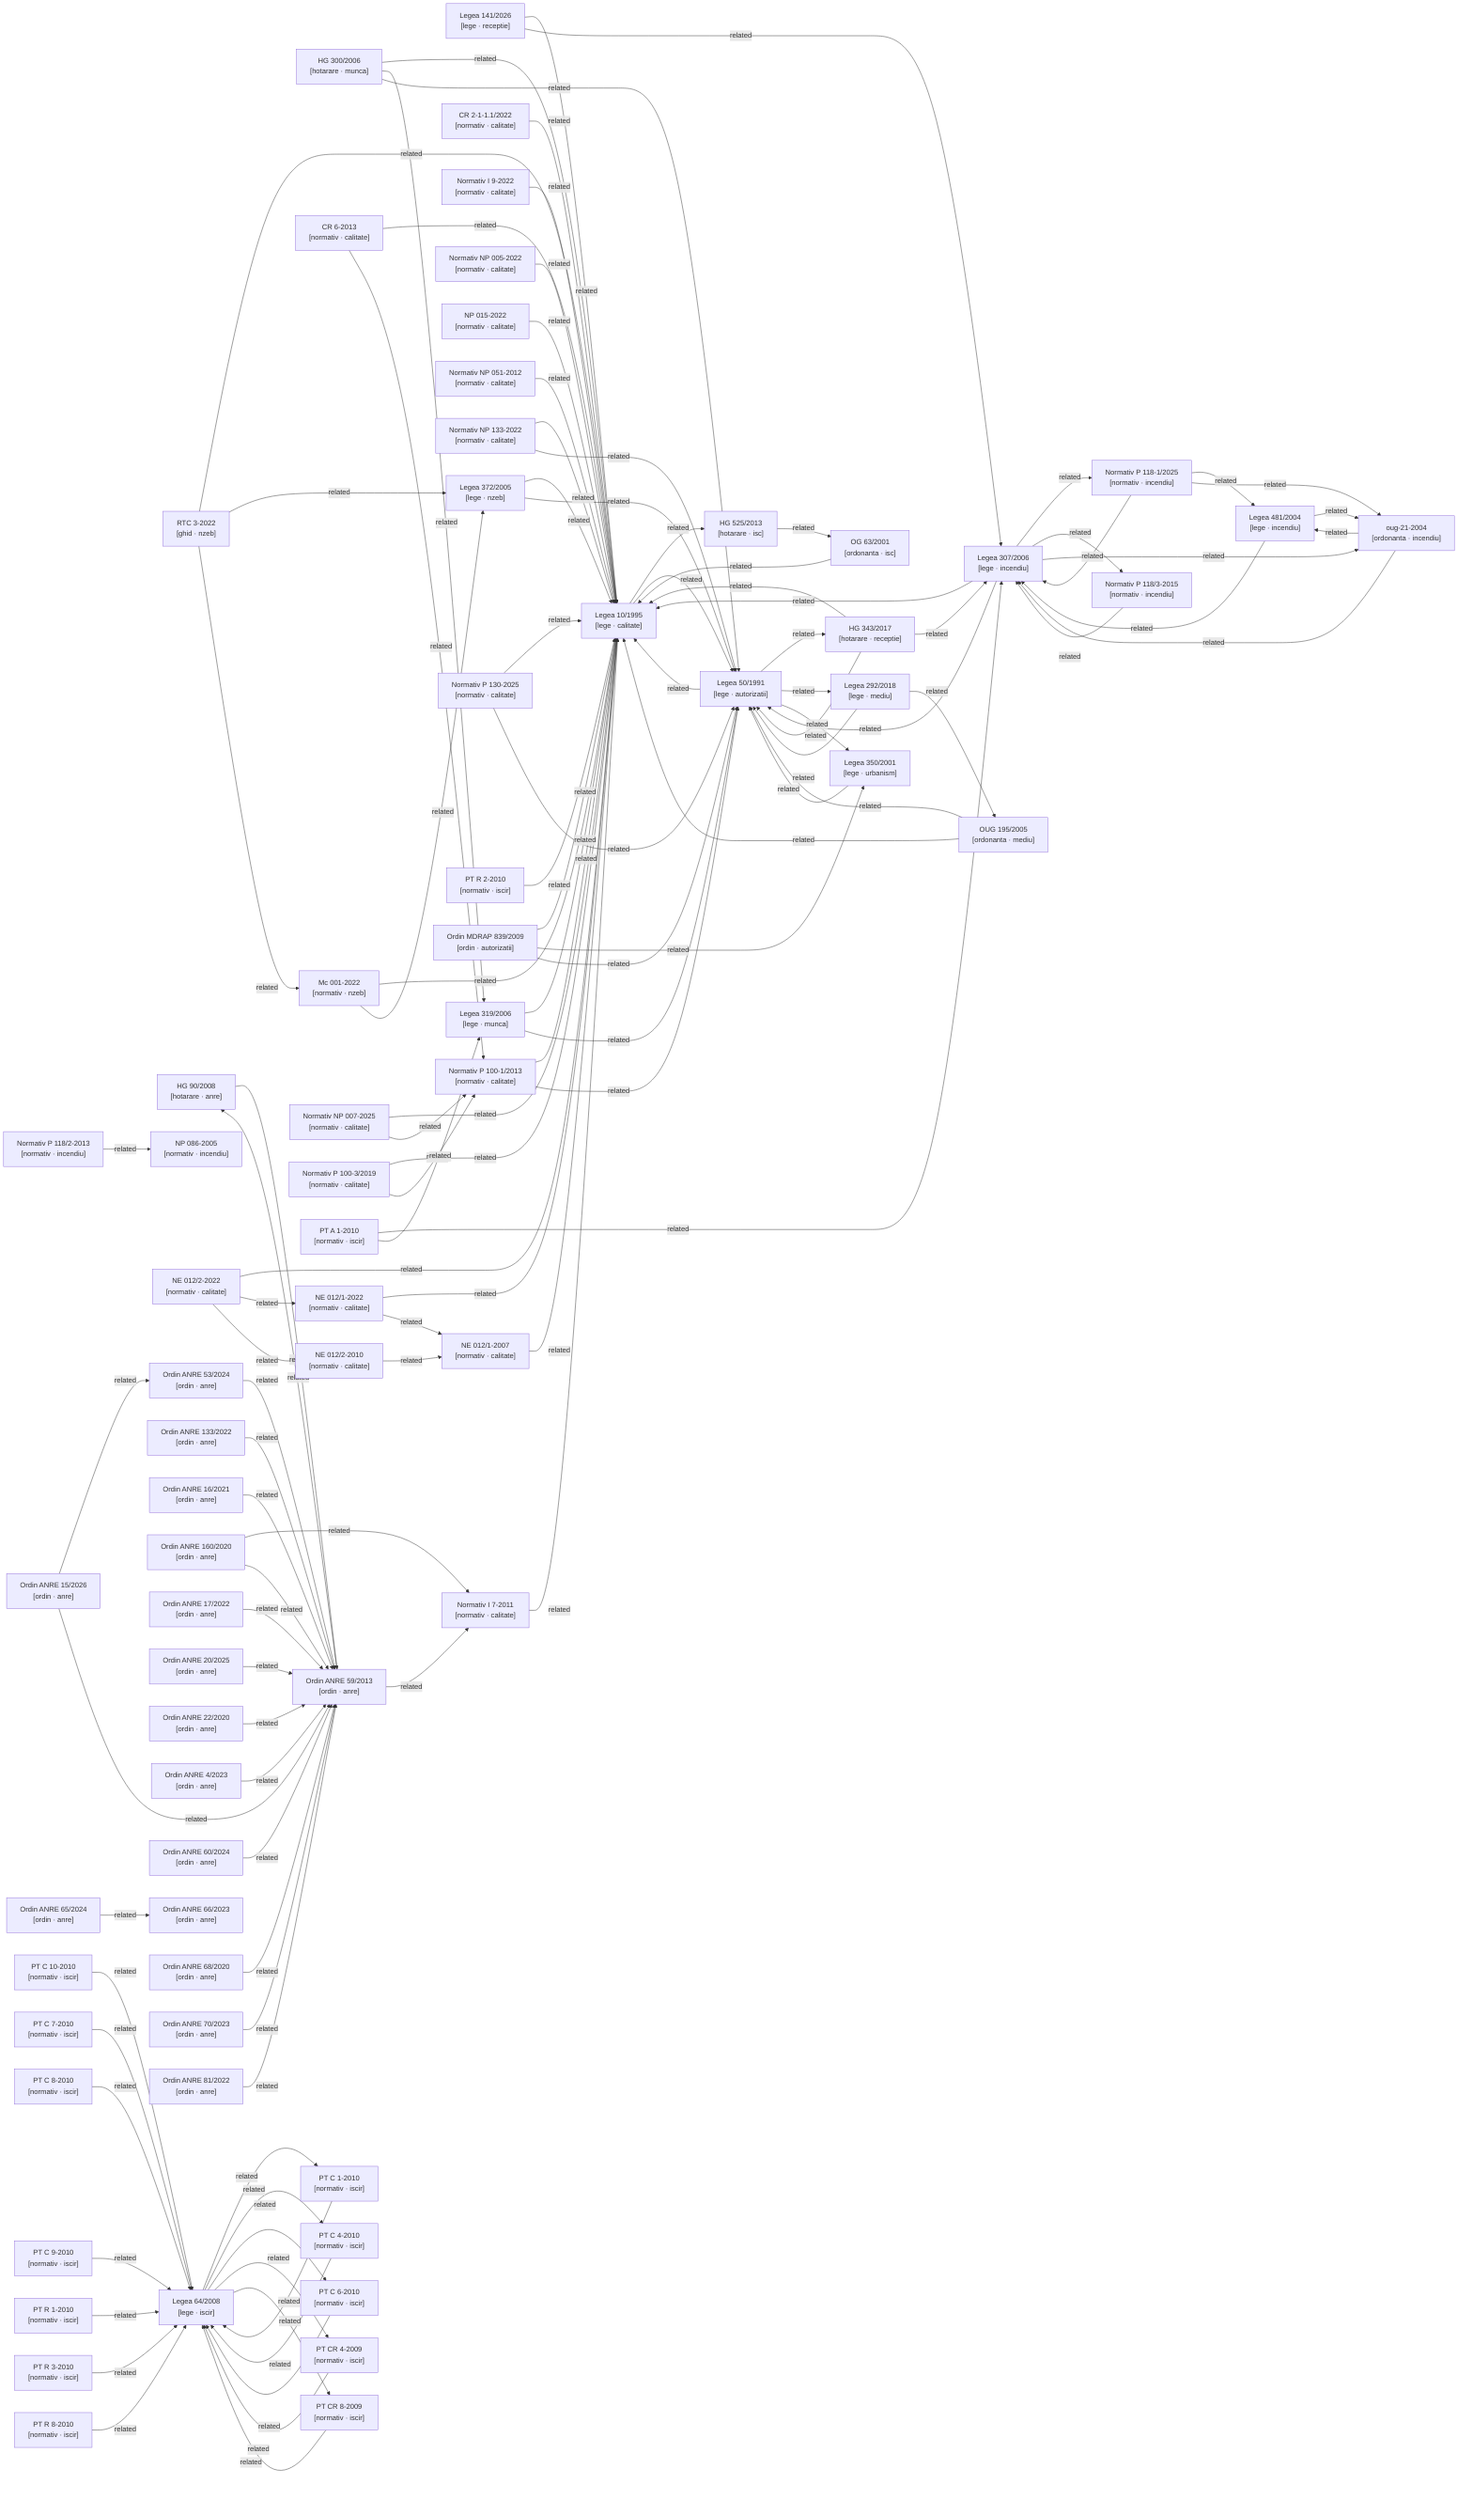
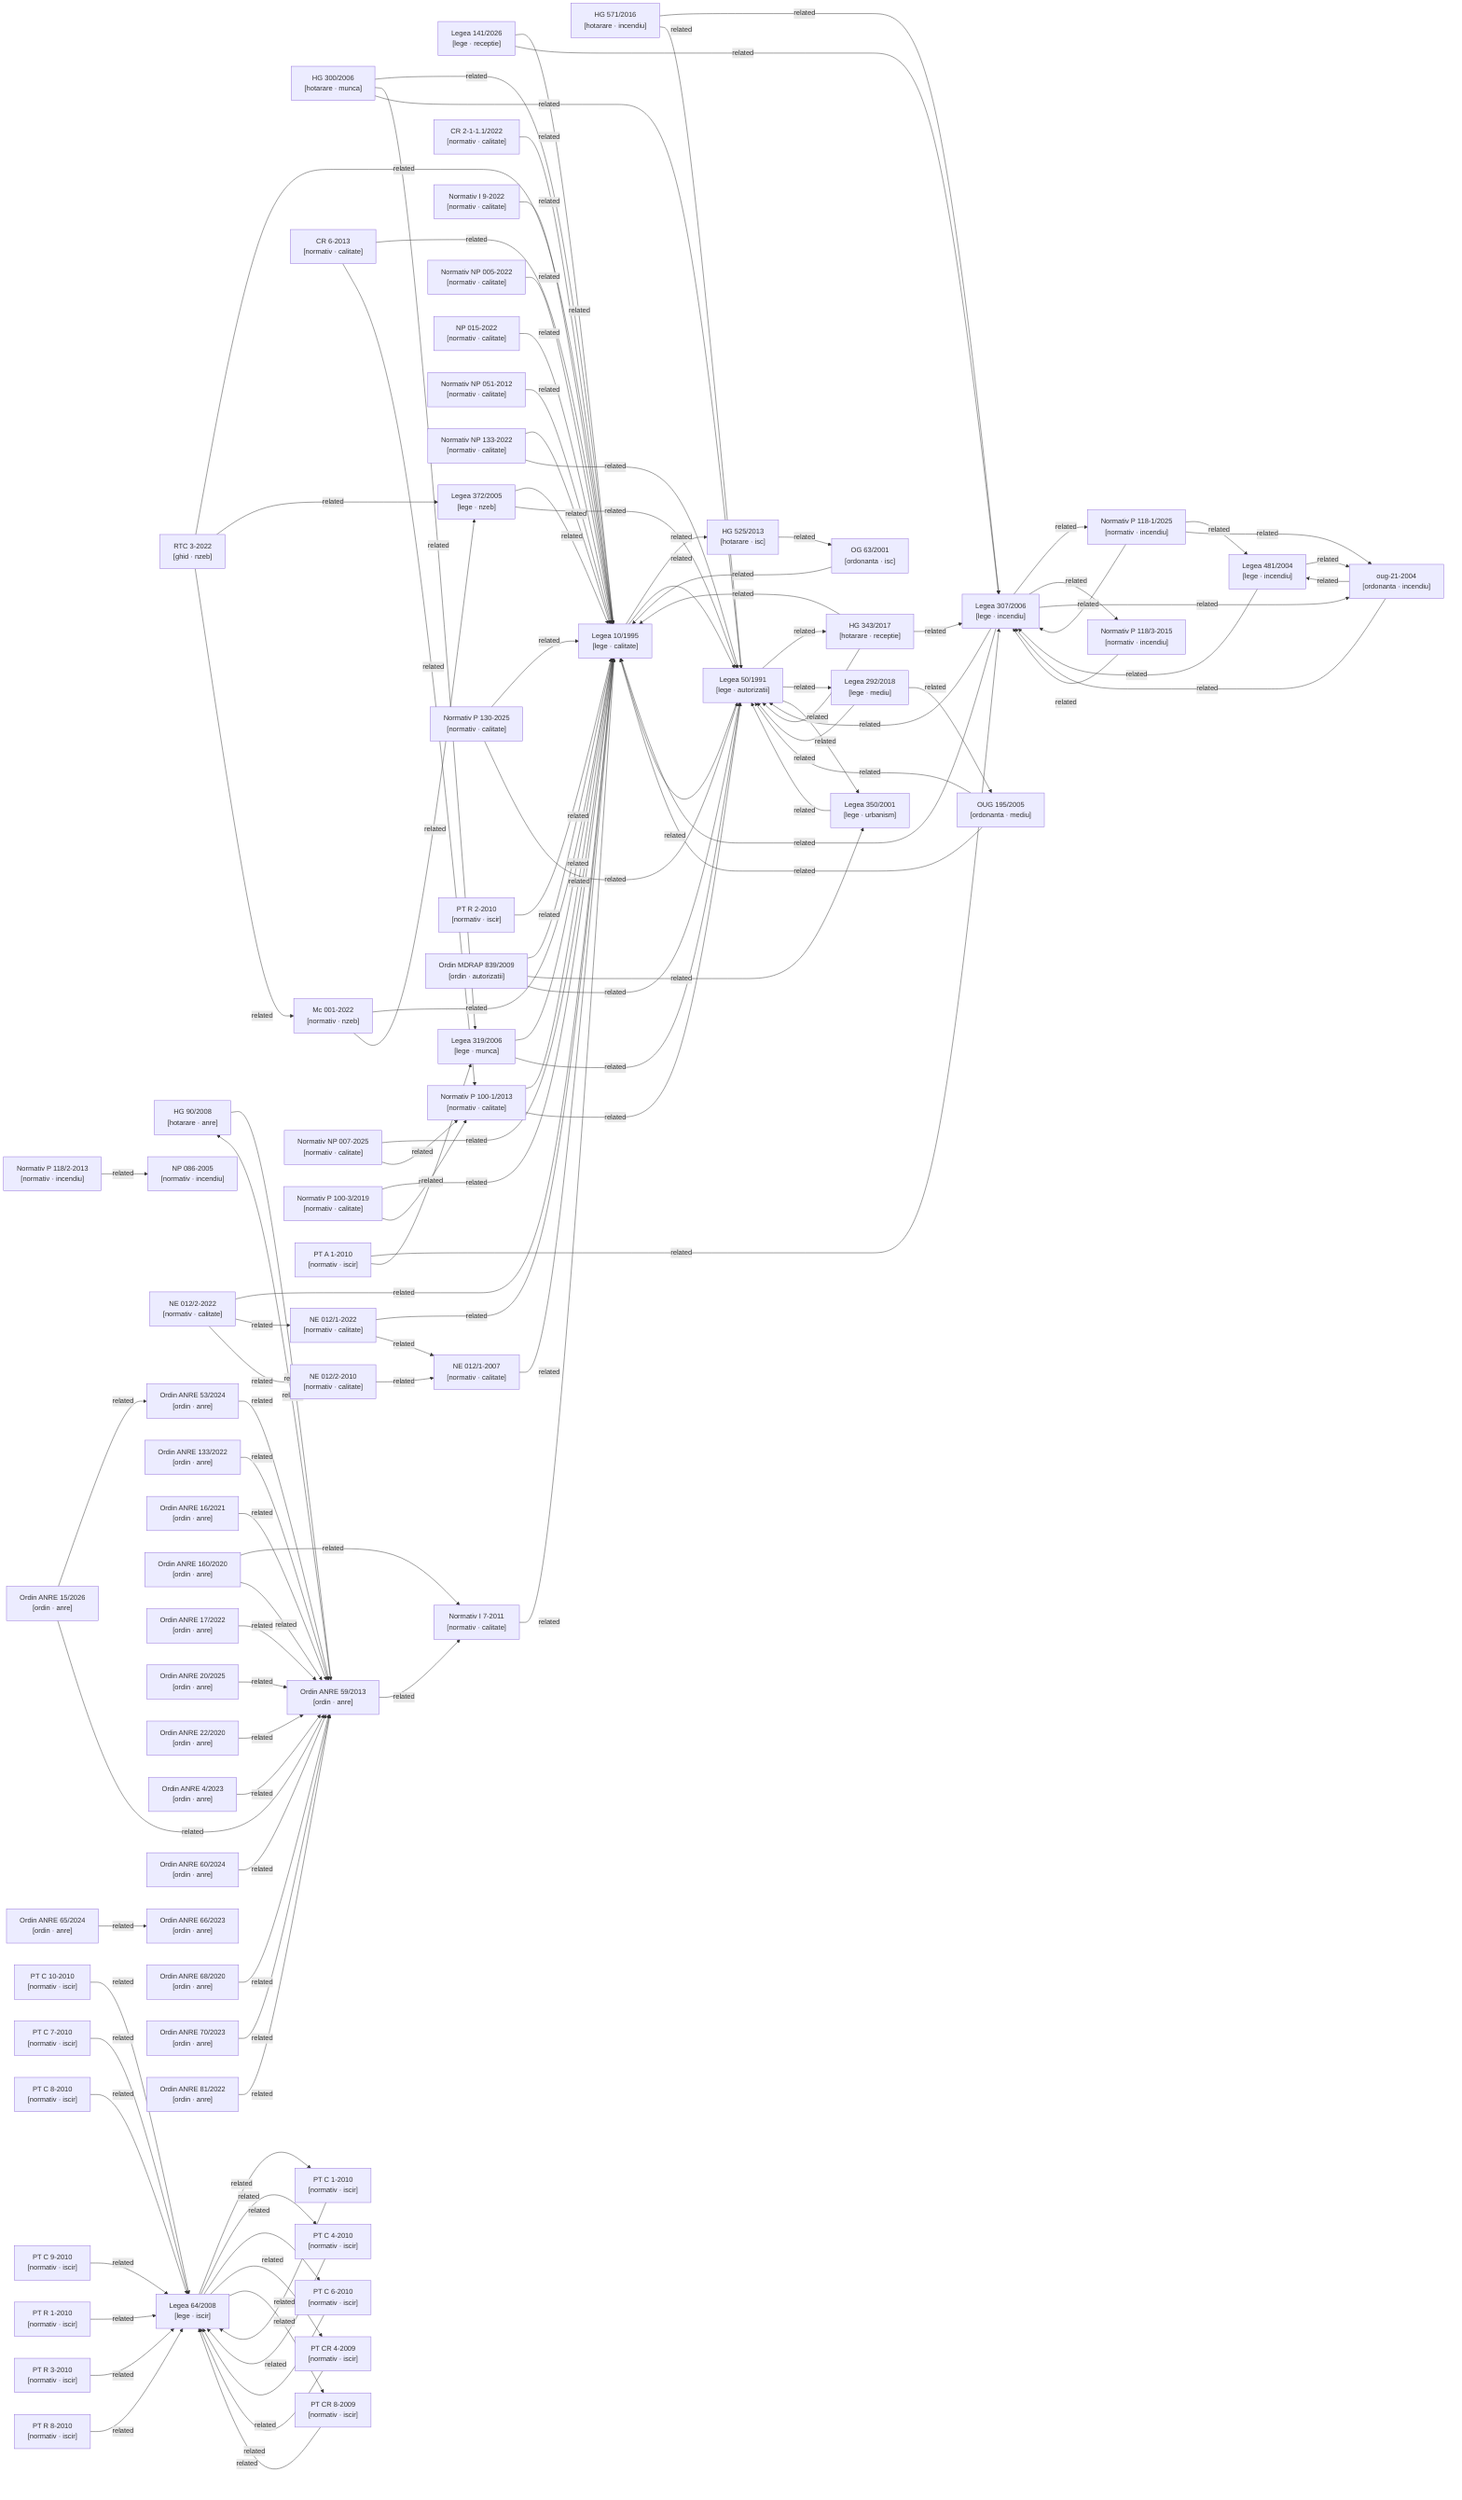
graph LR

  %% Nodes
  ghid-rtc3-2022["RTC 3-2022\n[ghid · nzeb]"]
  hg-300-2006["HG 300/2006\n[hotarare · munca]"]
  hg-343-2017["HG 343/2017\n[hotarare · receptie]"]
  hg-525-2013["HG 525/2013\n[hotarare · isc]"]
+   hg-571-2016["HG 571/2016\n[hotarare · incendiu]"]
  hg-90-2008["HG 90/2008\n[hotarare · anre]"]
  lege-10-1995["Legea 10/1995\n[lege · calitate]"]
  lege-141-2026["Legea 141/2026\n[lege · receptie]"]
  lege-292-2018["Legea 292/2018\n[lege · mediu]"]
  lege-307-2006["Legea 307/2006\n[lege · incendiu]"]
  lege-319-2006["Legea 319/2006\n[lege · munca]"]
  lege-350-2001["Legea 350/2001\n[lege · urbanism]"]
  lege-372-2005["Legea 372/2005\n[lege · nzeb]"]
  lege-481-2004["Legea 481/2004\n[lege · incendiu]"]
  lege-50-1991["Legea 50/1991\n[lege · autorizatii]"]
  lege-64-2008["Legea 64/2008\n[lege · iscir]"]
  metodologie-mc001-2022["Mc 001-2022\n[normativ · nzeb]"]
  normativ-cr2-1-1-1-2022["CR 2-1-1.1/2022\n[normativ · calitate]"]
  normativ-cr6-2013["CR 6-2013\n[normativ · calitate]"]
  normativ-i7-2011["Normativ I 7-2011\n[normativ · calitate]"]
  normativ-i9-2022["Normativ I 9-2022\n[normativ · calitate]"]
  normativ-ne012-1-2007["NE 012/1-2007\n[normativ · calitate]"]
  normativ-ne012-1-2022["NE 012/1-2022\n[normativ · calitate]"]
  normativ-ne012-2-2010["NE 012/2-2010\n[normativ · calitate]"]
  normativ-ne012-2-2022["NE 012/2-2022\n[normativ · calitate]"]
  normativ-np005-2022["Normativ NP 005-2022\n[normativ · calitate]"]
  normativ-np007-2025["Normativ NP 007-2025\n[normativ · calitate]"]
  normativ-np015-2022["NP 015-2022\n[normativ · calitate]"]
  normativ-np051-2012["Normativ NP 051-2012\n[normativ · calitate]"]
  normativ-np086-2005["NP 086-2005\n[normativ · incendiu]"]
  normativ-np133-2022["Normativ NP 133-2022\n[normativ · calitate]"]
  normativ-p100-1-2013["Normativ P 100-1/2013\n[normativ · calitate]"]
  normativ-p100-3-2019["Normativ P 100-3/2019\n[normativ · calitate]"]
  normativ-p118-1-2025["Normativ P 118-1/2025\n[normativ · incendiu]"]
  normativ-p118-2-2013["Normativ P 118/2-2013\n[normativ · incendiu]"]
  normativ-p118-3-2015["Normativ P 118/3-2015\n[normativ · incendiu]"]
  normativ-p130-2025["Normativ P 130-2025\n[normativ · calitate]"]
  normativ-pt-a1-2010["PT A 1-2010\n[normativ · iscir]"]
  normativ-pt-c1-2010["PT C 1-2010\n[normativ · iscir]"]
  normativ-pt-c10-2010["PT C 10-2010\n[normativ · iscir]"]
  normativ-pt-c4-2010["PT C 4-2010\n[normativ · iscir]"]
  normativ-pt-c6-2010["PT C 6-2010\n[normativ · iscir]"]
  normativ-pt-c7-2010["PT C 7-2010\n[normativ · iscir]"]
  normativ-pt-c8-2010["PT C 8-2010\n[normativ · iscir]"]
  normativ-pt-c9-2010["PT C 9-2010\n[normativ · iscir]"]
  normativ-pt-cr4-2009["PT CR 4-2009\n[normativ · iscir]"]
  normativ-pt-cr8-2009["PT CR 8-2009\n[normativ · iscir]"]
  normativ-pt-r1-2010["PT R 1-2010\n[normativ · iscir]"]
  normativ-pt-r2-2010["PT R 2-2010\n[normativ · iscir]"]
  normativ-pt-r3-2010["PT R 3-2010\n[normativ · iscir]"]
  normativ-pt-r8-2010["PT R 8-2010\n[normativ · iscir]"]
  og-63-2001["OG 63/2001\n[ordonanta · isc]"]
  ordin-839-2009["Ordin MDRAP 839/2009\n[ordin · autorizatii]"]
  ordin-anre-133-2022["Ordin ANRE 133/2022\n[ordin · anre]"]
  ordin-anre-15-2026["Ordin ANRE 15/2026\n[ordin · anre]"]
  ordin-anre-16-2021["Ordin ANRE 16/2021\n[ordin · anre]"]
  ordin-anre-160-2020["Ordin ANRE 160/2020\n[ordin · anre]"]
  ordin-anre-17-2022["Ordin ANRE 17/2022\n[ordin · anre]"]
  ordin-anre-20-2025["Ordin ANRE 20/2025\n[ordin · anre]"]
  ordin-anre-22-2020["Ordin ANRE 22/2020\n[ordin · anre]"]
  ordin-anre-4-2023["Ordin ANRE 4/2023\n[ordin · anre]"]
  ordin-anre-53-2024["Ordin ANRE 53/2024\n[ordin · anre]"]
  ordin-anre-59-2013["Ordin ANRE 59/2013\n[ordin · anre]"]
  ordin-anre-60-2024["Ordin ANRE 60/2024\n[ordin · anre]"]
  ordin-anre-65-2024["Ordin ANRE 65/2024\n[ordin · anre]"]
  ordin-anre-66-2023["Ordin ANRE 66/2023\n[ordin · anre]"]
  ordin-anre-68-2020["Ordin ANRE 68/2020\n[ordin · anre]"]
  ordin-anre-70-2023["Ordin ANRE 70/2023\n[ordin · anre]"]
  ordin-anre-81-2022["Ordin ANRE 81/2022\n[ordin · anre]"]
  oug-195-2005["OUG 195/2005\n[ordonanta · mediu]"]
  oug-21-2004["oug-21-2004\n[ordonanta · incendiu]"]

  %% Confirmed relationships (from metadata related_acts)
  ghid-rtc3-2022 -->|related| lege-10-1995
  ghid-rtc3-2022 -->|related| lege-372-2005
  ghid-rtc3-2022 -->|related| metodologie-mc001-2022
  hg-300-2006 -->|related| lege-10-1995
  hg-300-2006 -->|related| lege-319-2006
  hg-300-2006 -->|related| lege-50-1991
  hg-343-2017 -->|related| lege-10-1995
  hg-343-2017 -->|related| lege-307-2006
  hg-343-2017 -->|related| lege-50-1991
  hg-525-2013 -->|related| og-63-2001
+   hg-571-2016 -->|related| lege-307-2006
+   hg-571-2016 -->|related| lege-50-1991
  hg-90-2008 -->|related| ordin-anre-59-2013
  lege-10-1995 -->|related| hg-525-2013
  lege-10-1995 -->|related| lege-50-1991
  lege-141-2026 -->|related| lege-10-1995
  lege-141-2026 -->|related| lege-307-2006
  lege-292-2018 -->|related| lege-50-1991
  lege-292-2018 -->|related| oug-195-2005
  lege-307-2006 -->|related| lege-10-1995
  lege-307-2006 -->|related| lege-50-1991
  lege-307-2006 -->|related| normativ-p118-1-2025
  lege-307-2006 -->|related| normativ-p118-3-2015
  lege-307-2006 -->|related| oug-21-2004
  lege-319-2006 -->|related| lege-10-1995
  lege-319-2006 -->|related| lege-50-1991
  lege-350-2001 -->|related| lege-50-1991
  lege-372-2005 -->|related| lege-10-1995
  lege-372-2005 -->|related| lege-50-1991
  lege-481-2004 -->|related| lege-307-2006
  lege-481-2004 -->|related| oug-21-2004
  lege-50-1991 -->|related| hg-343-2017
  lege-50-1991 -->|related| lege-10-1995
  lege-50-1991 -->|related| lege-292-2018
  lege-50-1991 -->|related| lege-350-2001
  lege-64-2008 -->|related| normativ-pt-c1-2010
  lege-64-2008 -->|related| normativ-pt-c4-2010
  lege-64-2008 -->|related| normativ-pt-c6-2010
  lege-64-2008 -->|related| normativ-pt-cr4-2009
  lege-64-2008 -->|related| normativ-pt-cr8-2009
  metodologie-mc001-2022 -->|related| lege-10-1995
  metodologie-mc001-2022 -->|related| lege-372-2005
  normativ-cr2-1-1-1-2022 -->|related| lege-10-1995
  normativ-cr6-2013 -->|related| lege-10-1995
  normativ-cr6-2013 -->|related| normativ-p100-1-2013
  normativ-i7-2011 -->|related| lege-10-1995
  normativ-i9-2022 -->|related| lege-10-1995
  normativ-ne012-1-2007 -->|related| lege-10-1995
  normativ-ne012-1-2022 -->|related| lege-10-1995
  normativ-ne012-1-2022 -->|related| normativ-ne012-1-2007
  normativ-ne012-2-2010 -->|related| normativ-ne012-1-2007
  normativ-ne012-2-2022 -->|related| lege-10-1995
  normativ-ne012-2-2022 -->|related| normativ-ne012-1-2022
  normativ-ne012-2-2022 -->|related| normativ-ne012-2-2010
  normativ-np005-2022 -->|related| lege-10-1995
  normativ-np007-2025 -->|related| lege-10-1995
  normativ-np007-2025 -->|related| normativ-p100-1-2013
  normativ-np015-2022 -->|related| lege-10-1995
  normativ-np051-2012 -->|related| lege-10-1995
  normativ-np133-2022 -->|related| lege-10-1995
  normativ-np133-2022 -->|related| lege-50-1991
  normativ-p100-1-2013 -->|related| lege-10-1995
  normativ-p100-1-2013 -->|related| lege-50-1991
  normativ-p100-3-2019 -->|related| lege-10-1995
  normativ-p100-3-2019 -->|related| normativ-p100-1-2013
  normativ-p118-1-2025 -->|related| lege-307-2006
  normativ-p118-1-2025 -->|related| lege-481-2004
  normativ-p118-1-2025 -->|related| oug-21-2004
  normativ-p118-2-2013 -->|related| normativ-np086-2005
  normativ-p118-3-2015 -->|related| lege-307-2006
  normativ-p130-2025 -->|related| lege-10-1995
  normativ-p130-2025 -->|related| lege-50-1991
  normativ-pt-a1-2010 -->|related| lege-307-2006
  normativ-pt-a1-2010 -->|related| lege-319-2006
  normativ-pt-c1-2010 -->|related| lege-64-2008
  normativ-pt-c10-2010 -->|related| lege-64-2008
  normativ-pt-c4-2010 -->|related| lege-64-2008
  normativ-pt-c6-2010 -->|related| lege-64-2008
  normativ-pt-c7-2010 -->|related| lege-64-2008
  normativ-pt-c8-2010 -->|related| lege-64-2008
  normativ-pt-c9-2010 -->|related| lege-64-2008
  normativ-pt-cr4-2009 -->|related| lege-64-2008
  normativ-pt-cr8-2009 -->|related| lege-64-2008
  normativ-pt-r1-2010 -->|related| lege-64-2008
  normativ-pt-r2-2010 -->|related| lege-10-1995
  normativ-pt-r3-2010 -->|related| lege-64-2008
  normativ-pt-r8-2010 -->|related| lege-64-2008
  og-63-2001 -->|related| lege-10-1995
  ordin-839-2009 -->|related| lege-10-1995
  ordin-839-2009 -->|related| lege-350-2001
  ordin-839-2009 -->|related| lege-50-1991
  ordin-anre-133-2022 -->|related| ordin-anre-59-2013
  ordin-anre-15-2026 -->|related| ordin-anre-53-2024
  ordin-anre-15-2026 -->|related| ordin-anre-59-2013
  ordin-anre-16-2021 -->|related| ordin-anre-59-2013
  ordin-anre-160-2020 -->|related| normativ-i7-2011
  ordin-anre-160-2020 -->|related| ordin-anre-59-2013
  ordin-anre-17-2022 -->|related| ordin-anre-59-2013
  ordin-anre-20-2025 -->|related| ordin-anre-59-2013
  ordin-anre-22-2020 -->|related| ordin-anre-59-2013
  ordin-anre-4-2023 -->|related| ordin-anre-59-2013
  ordin-anre-53-2024 -->|related| ordin-anre-59-2013
  ordin-anre-59-2013 -->|related| hg-90-2008
  ordin-anre-59-2013 -->|related| normativ-i7-2011
  ordin-anre-60-2024 -->|related| ordin-anre-59-2013
  ordin-anre-65-2024 -->|related| ordin-anre-66-2023
  ordin-anre-68-2020 -->|related| ordin-anre-59-2013
  ordin-anre-70-2023 -->|related| ordin-anre-59-2013
  ordin-anre-81-2022 -->|related| ordin-anre-59-2013
  oug-195-2005 -->|related| lege-10-1995
  oug-195-2005 -->|related| lege-50-1991
  oug-21-2004 -->|related| lege-307-2006
  oug-21-2004 -->|related| lege-481-2004

  %% Auto-detected relationships (needs_review)
